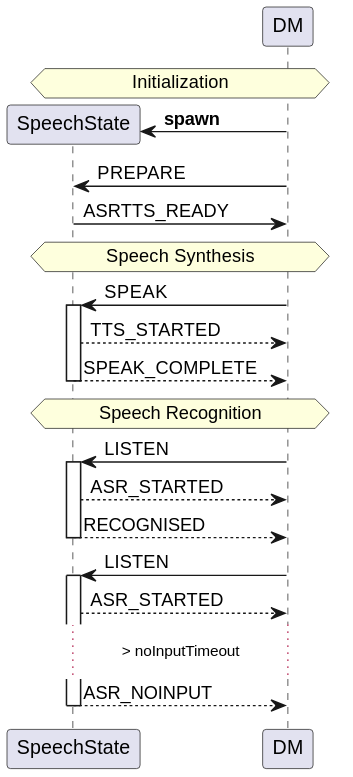
vladmaraev/speechstate keeps this PlantUML diagram as docs/diagrams/dm-speechstate.svg. Above is the earlier version.
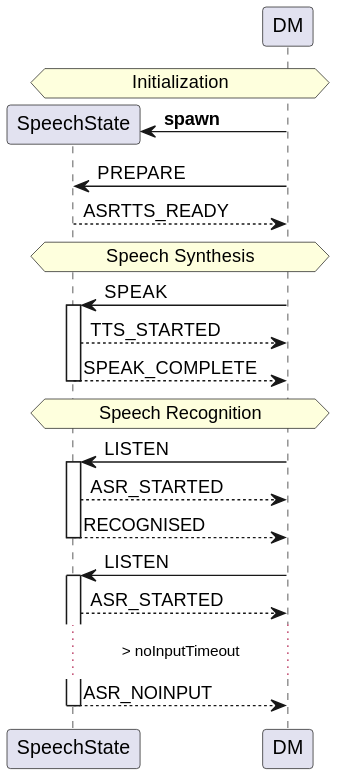
The same diagram one commit later.

Diff of the diagram source:
```diff
@@ -5,7 +5,7 @@
 create SS
 DM -> SS : **spawn**
 DM -> SS : PREPARE
-SS -> DM : ASRTTS_READY
+SS --> DM : ASRTTS_READY
 hnote across: Speech Synthesis
 DM -> SS : SPEAK
 activate SS
```
